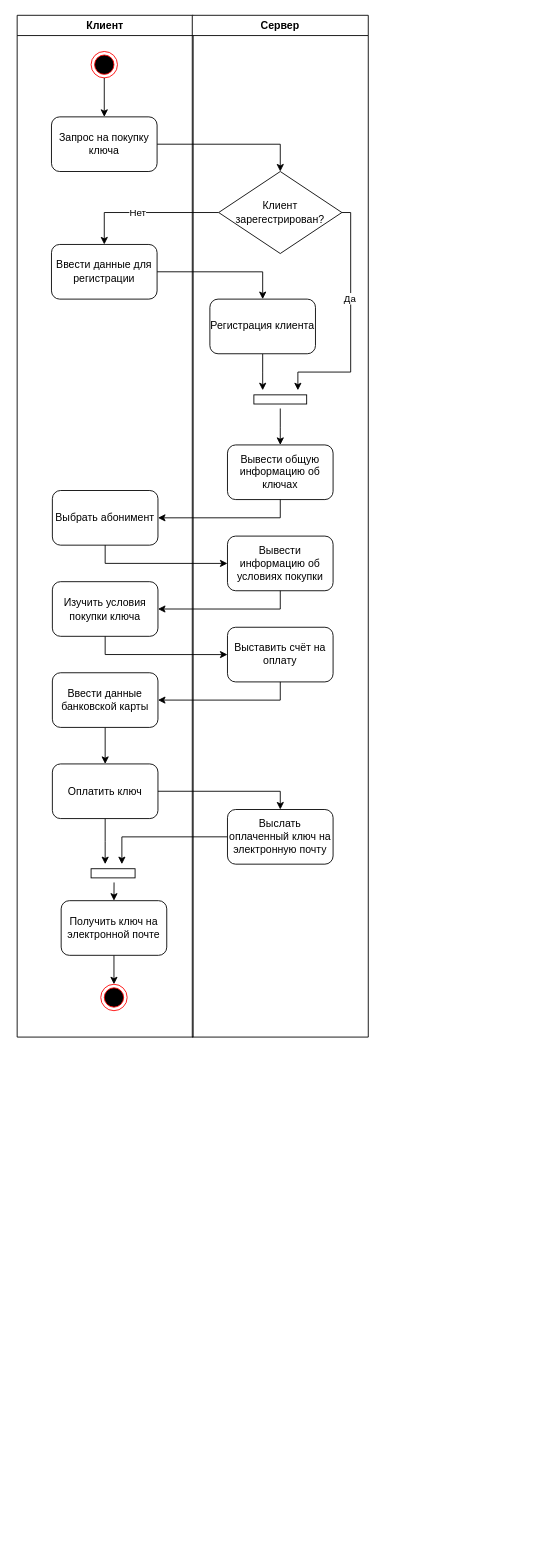
Earlier version of the draw.io diagram Диграммы/Диаграмма деятельности (1.0).drawio (Demedra21/Project). Source tidied: cells renumbered, new cells numbered last; positions are measured from the earlier drawing's top-left corner, leaving out a move shared by most shapes. Both pictures are drawn from the tidied source at 88%, with x=0, y=0 at pixel (16, 15).
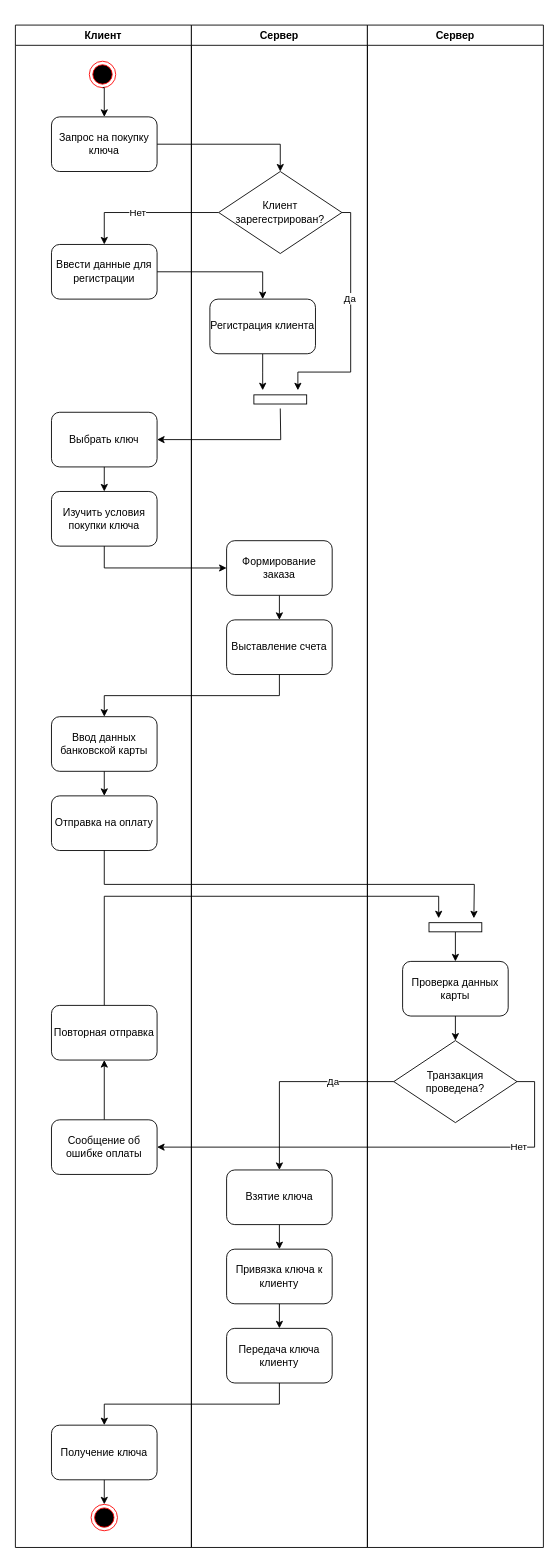
Above is the later version.

What changed in the source:
```diff
@@
-    <mxCell id="2" style="group;" parent="1" vertex="1">
-      <mxGeometry y="31" width="400" height="1160" as="geometry" />
-    </mxCell>
-    <mxCell id="3" value="Клиент" style="swimlane;" parent="2" vertex="1">
-      <mxGeometry x="1" y="-31.1" width="200" height="1161.1" as="geometry" />
+    <mxCell id="3" value="Клиент" style="swimlane;" parent="1" vertex="1">
+      <mxGeometry x="-1" y="11" width="200" height="1730" as="geometry" />
     </mxCell>
-    <mxCell id="4" value="Выбрать абонимент" style="rounded=1;whiteSpace=wrap;html=1;" parent="3" vertex="1">
-      <mxGeometry x="40" y="540" width="120" height="62.1" as="geometry" />
-    </mxCell>
+    <mxCell id="14" style="ellipse;html=1;shape=endState;fillColor=#000000;strokeColor=#ff0000;" parent="3" vertex="1">
+      <mxGeometry x="84" y="41.1" width="30" height="30" as="geometry" />
+    </mxCell>
+    <mxCell id="42" style="edgeStyle=orthogonalEdgeStyle;rounded=0;jettySize=auto;html=1;exitX=0.5;exitY=0;exitDx=0;exitDy=0;entryX=0.5;entryY=1;entryDx=0;entryDy=0;" parent="3" edge="1" source="43" target="45">
+      <mxGeometry relative="1" as="geometry" />
+    </mxCell>
+    <mxCell id="43" value="Сообщение об ошибке оплаты" style="rounded=1;whiteSpace=wrap;html=1;" parent="3" vertex="1">
+      <mxGeometry x="41" y="1244" width="120" height="62.1" as="geometry" />
+    </mxCell>
+    <mxCell id="44" style="edgeStyle=orthogonalEdgeStyle;rounded=0;jettySize=auto;html=1;exitX=0.5;exitY=0;exitDx=0;exitDy=0;" parent="3" edge="1" source="45">
+      <mxGeometry relative="1" as="geometry">
+        <mxPoint x="481" y="1015" as="targetPoint" />
+        <Array as="points">
+          <mxPoint x="101" y="990" />
+          <mxPoint x="481" y="990" />
+        </Array>
+      </mxGeometry>
+    </mxCell>
+    <mxCell id="45" value="Повторная отправка" style="rounded=1;whiteSpace=wrap;html=1;" parent="3" vertex="1">
+      <mxGeometry x="41" y="1114" width="120" height="62.1" as="geometry" />
+    </mxCell>
+    <mxCell id="16" value="Сервер" style="swimlane;" parent="1" vertex="1">
+      <mxGeometry x="199" y="11" width="200" height="1730" as="geometry" />
+    </mxCell>
+    <mxCell id="46" style="edgeStyle=orthogonalEdgeStyle;rounded=0;jettySize=auto;html=1;exitX=0.5;exitY=1;exitDx=0;exitDy=0;entryX=0.5;entryY=0;entryDx=0;entryDy=0;" parent="16" edge="1" source="21" target="56">
+      <mxGeometry relative="1" as="geometry" />
+    </mxCell>
+    <mxCell id="47" style="edgeStyle=orthogonalEdgeStyle;rounded=0;jettySize=auto;html=1;exitX=0.5;exitY=1;exitDx=0;exitDy=0;entryX=0.5;entryY=0;entryDx=0;entryDy=0;" parent="16" edge="1" source="48" target="49">
+      <mxGeometry relative="1" as="geometry" />
+    </mxCell>
+    <mxCell id="48" value="Получение ключа" style="rounded=1;whiteSpace=wrap;html=1;" parent="16" vertex="1">
+      <mxGeometry x="-159" y="1591" width="120" height="62.1" as="geometry" />
+    </mxCell>
+    <mxCell id="49" style="ellipse;html=1;shape=endState;fillColor=#000000;strokeColor=#ff0000;" parent="16" vertex="1">
+      <mxGeometry x="-114" y="1681" width="30" height="30" as="geometry" />
+    </mxCell>
+    <mxCell id="50" style="edgeStyle=orthogonalEdgeStyle;rounded=0;jettySize=auto;html=1;exitX=0.5;exitY=1;exitDx=0;exitDy=0;entryX=0.5;entryY=0;entryDx=0;entryDy=0;" parent="16" edge="1" source="51" target="53">
+      <mxGeometry relative="1" as="geometry" />
+    </mxCell>
+    <mxCell id="51" value="Взятие ключа" style="rounded=1;whiteSpace=wrap;html=1;" parent="16" vertex="1">
+      <mxGeometry x="40" y="1301" width="120" height="62.1" as="geometry" />
+    </mxCell>
+    <mxCell id="52" style="edgeStyle=orthogonalEdgeStyle;rounded=0;jettySize=auto;html=1;exitX=0.5;exitY=1;exitDx=0;exitDy=0;entryX=0.5;entryY=0;entryDx=0;entryDy=0;" parent="16" edge="1" source="53" target="54">
+      <mxGeometry relative="1" as="geometry" />
+    </mxCell>
+    <mxCell id="53" value="Привязка ключа к клиенту" style="rounded=1;whiteSpace=wrap;html=1;" parent="16" vertex="1">
+      <mxGeometry x="40" y="1391" width="120" height="62.1" as="geometry" />
+    </mxCell>
+    <mxCell id="54" value="Передача ключа клиенту" style="rounded=1;whiteSpace=wrap;html=1;" parent="16" vertex="1">
+      <mxGeometry x="40" y="1481" width="120" height="62.1" as="geometry" />
+    </mxCell>
+    <mxCell id="55" style="edgeStyle=orthogonalEdgeStyle;rounded=0;jettySize=auto;html=1;exitX=0.5;exitY=1;exitDx=0;exitDy=0;entryX=0.5;entryY=0;entryDx=0;entryDy=0;" parent="16" edge="1" source="54" target="48">
+      <mxGeometry relative="1" as="geometry" />
+    </mxCell>
-    <mxCell id="5" value="Изучить условия покупки ключа" style="rounded=1;whiteSpace=wrap;html=1;" parent="3" vertex="1">
-      <mxGeometry x="40" y="643.6" width="120" height="62.1" as="geometry" />
+    <mxCell id="5" value="Изучить условия покупки ключа" style="rounded=1;whiteSpace=wrap;html=1;" parent="16" vertex="1">
+      <mxGeometry x="-159" y="530" width="120" height="62.1" as="geometry" />
     </mxCell>
-    <mxCell id="6" style="edgeStyle=orthogonalEdgeStyle;rounded=0;jettySize=auto;html=1;exitX=0.5;exitY=1;exitDx=0;exitDy=0;entryX=0.5;entryY=0;entryDx=0;entryDy=0;" parent="3" edge="1" source="7" target="9">
-      <mxGeometry relative="1" as="geometry" />
-    </mxCell>
-    <mxCell id="7" value="Ввести данные банковской карты" style="rounded=1;whiteSpace=wrap;html=1;" parent="3" vertex="1">
-      <mxGeometry x="40" y="747.1" width="120" height="62.1" as="geometry" />
-    </mxCell>
-    <mxCell id="8" style="edgeStyle=orthogonalEdgeStyle;rounded=0;jettySize=auto;html=1;exitX=0.5;exitY=1;exitDx=0;exitDy=0;" parent="3" edge="1" source="9">
-      <mxGeometry relative="1" as="geometry">
-        <mxPoint x="100" y="964.6" as="targetPoint" />
-      </mxGeometry>
-    </mxCell>
-    <mxCell id="9" value="Оплатить ключ" style="rounded=1;whiteSpace=wrap;html=1;" parent="3" vertex="1">
-      <mxGeometry x="40" y="850.7" width="120" height="62.1" as="geometry" />
-    </mxCell>
-    <mxCell id="10" style="edgeStyle=orthogonalEdgeStyle;rounded=0;jettySize=auto;html=1;exitX=0.5;exitY=0;exitDx=0;exitDy=0;startArrow=classic;startFill=1;endArrow=none;endFill=0;" parent="3" edge="1" source="12">
-      <mxGeometry relative="1" as="geometry">
-        <mxPoint x="110.1" y="985.4" as="targetPoint" />
-      </mxGeometry>
-    </mxCell>
-    <mxCell id="11" style="edgeStyle=orthogonalEdgeStyle;rounded=0;jettySize=auto;html=1;exitX=0.5;exitY=1;exitDx=0;exitDy=0;entryX=0.5;entryY=0;entryDx=0;entryDy=0;" parent="3" edge="1" source="12" target="15">
-      <mxGeometry relative="1" as="geometry" />
-    </mxCell>
-    <mxCell id="12" value="Получить ключ на электронной почте" style="rounded=1;whiteSpace=wrap;html=1;" parent="3" vertex="1">
-      <mxGeometry x="50" y="1006.1" width="120" height="62.1" as="geometry" />
-    </mxCell>
-    <mxCell id="13" style="whiteSpace=wrap;html=1;fillColor=light-dark(#FFFFFF,#FFFFFF);strokeColor=light-dark(#000000,#000000);" parent="3" vertex="1">
-      <mxGeometry x="84" y="969.8" width="50" height="10.4" as="geometry" />
-    </mxCell>
-    <mxCell id="14" style="ellipse;html=1;shape=endState;fillColor=#000000;strokeColor=#ff0000;" parent="3" vertex="1">
-      <mxGeometry x="84" y="41.1" width="30" height="30" as="geometry" />
-    </mxCell>
-    <mxCell id="15" style="ellipse;html=1;shape=endState;fillColor=#000000;strokeColor=#ff0000;" parent="3" vertex="1">
-      <mxGeometry x="95" y="1101.1" width="30" height="30" as="geometry" />
-    </mxCell>
-    <mxCell id="16" value="Сервер" style="swimlane;" parent="2" vertex="1">
-      <mxGeometry x="200" y="-31.1" width="200" height="1161.1" as="geometry" />
-    </mxCell>
-    <mxCell id="17" style="edgeStyle=orthogonalEdgeStyle;rounded=0;jettySize=auto;html=1;exitX=0.5;exitY=0;exitDx=0;exitDy=0;startArrow=classic;startFill=1;endArrow=none;endFill=0;" parent="16" edge="1" source="18">
-      <mxGeometry relative="1" as="geometry">
-        <mxPoint x="100" y="446.8" as="targetPoint" />
-      </mxGeometry>
-    </mxCell>
-    <mxCell id="18" value="Вывести общую информацию об ключах" style="rounded=1;whiteSpace=wrap;html=1;" parent="16" vertex="1">
-      <mxGeometry x="40" y="488.2" width="120" height="62.1" as="geometry" />
-    </mxCell>
-    <mxCell id="19" style="whiteSpace=wrap;html=1;fillColor=light-dark(#FFFFFF,#FFFFFF);strokeColor=light-dark(#000000,#000000);" parent="16" vertex="1">
-      <mxGeometry x="70" y="431.3" width="60" height="10.4" as="geometry" />
-    </mxCell>
-    <mxCell id="20" value="Вывести информацию об условиях покупки" style="rounded=1;whiteSpace=wrap;html=1;" parent="16" vertex="1">
-      <mxGeometry x="40" y="591.8" width="120" height="62.1" as="geometry" />
-    </mxCell>
+    <mxCell id="38" style="edgeStyle=orthogonalEdgeStyle;rounded=0;jettySize=auto;html=1;exitX=0.5;exitY=1;exitDx=0;exitDy=0;entryX=0;entryY=0.5;entryDx=0;entryDy=0;" parent="16" edge="1" source="5" target="21">
+      <mxGeometry relative="1" as="geometry" />
+    </mxCell>
-    <mxCell id="21" value="Выставить счёт на оплату" style="rounded=1;whiteSpace=wrap;html=1;" parent="16" vertex="1">
-      <mxGeometry x="40" y="695.4" width="120" height="62.1" as="geometry" />
+    <mxCell id="21" value="Формирование заказа" style="rounded=1;whiteSpace=wrap;html=1;" parent="16" vertex="1">
+      <mxGeometry x="40" y="585.9" width="120" height="62.1" as="geometry" />
     </mxCell>
-    <mxCell id="22" style="edgeStyle=orthogonalEdgeStyle;rounded=0;jettySize=auto;html=1;exitX=0;exitY=0.5;exitDx=0;exitDy=0;" parent="16" edge="1" source="23">
-      <mxGeometry relative="1" as="geometry">
-        <mxPoint x="-80" y="964.6" as="targetPoint" />
-        <Array as="points">
-          <mxPoint x="-80" y="933.6" />
-        </Array>
-      </mxGeometry>
-    </mxCell>
-    <mxCell id="23" value="Выслать оплаченный ключ на электронную почту" style="rounded=1;whiteSpace=wrap;html=1;" parent="16" vertex="1">
-      <mxGeometry x="40" y="902.5" width="120" height="62.1" as="geometry" />
-    </mxCell>
+    <mxCell id="56" value="Выставление счета" style="rounded=1;whiteSpace=wrap;html=1;" parent="16" vertex="1">
+      <mxGeometry x="40" y="675.9" width="120" height="62.1" as="geometry" />
+    </mxCell>
+    <mxCell id="57" value="Ввод данных банковской карты" style="rounded=1;whiteSpace=wrap;html=1;" parent="16" vertex="1">
+      <mxGeometry x="-159" y="785.9" width="120" height="62.1" as="geometry" />
+    </mxCell>
+    <mxCell id="58" style="edgeStyle=orthogonalEdgeStyle;rounded=0;jettySize=auto;html=1;exitX=0.5;exitY=1;exitDx=0;exitDy=0;entryX=0.5;entryY=0;entryDx=0;entryDy=0;" parent="16" edge="1" source="56" target="57">
+      <mxGeometry relative="1" as="geometry" />
+    </mxCell>
+    <mxCell id="59" value="Отправка на оплату" style="rounded=1;whiteSpace=wrap;html=1;" parent="16" vertex="1">
+      <mxGeometry x="-159" y="875.9" width="120" height="62.1" as="geometry" />
+    </mxCell>
+    <mxCell id="60" style="edgeStyle=orthogonalEdgeStyle;rounded=0;jettySize=auto;html=1;exitX=0.5;exitY=1;exitDx=0;exitDy=0;entryX=0.5;entryY=0;entryDx=0;entryDy=0;" parent="16" edge="1" source="57" target="59">
+      <mxGeometry relative="1" as="geometry" />
+    </mxCell>
-    <mxCell id="24" style="edgeStyle=orthogonalEdgeStyle;rounded=0;jettySize=auto;html=1;exitX=1;exitY=0.5;exitDx=0;exitDy=0;entryX=0.5;entryY=0;entryDx=0;entryDy=0;" parent="2" edge="1" source="33" target="30">
+    <mxCell id="24" style="edgeStyle=orthogonalEdgeStyle;rounded=0;jettySize=auto;html=1;exitX=1;exitY=0.5;exitDx=0;exitDy=0;entryX=0.5;entryY=0;entryDx=0;entryDy=0;" parent="1" edge="1" source="33" target="30">
       <mxGeometry relative="1" as="geometry" />
     </mxCell>
-    <mxCell id="25" style="edgeStyle=orthogonalEdgeStyle;rounded=0;jettySize=auto;html=1;exitX=0;exitY=0.5;exitDx=0;exitDy=0;entryX=0.5;entryY=0;entryDx=0;entryDy=0;" parent="2" edge="1" source="30" target="34">
+    <mxCell id="25" style="edgeStyle=orthogonalEdgeStyle;rounded=0;jettySize=auto;html=1;exitX=0;exitY=0.5;exitDx=0;exitDy=0;entryX=0.5;entryY=0;entryDx=0;entryDy=0;" parent="1" edge="1" source="30" target="34">
       <mxGeometry relative="1" as="geometry" />
     </mxCell>
@@
-    <mxCell id="27" style="edgeStyle=orthogonalEdgeStyle;rounded=0;jettySize=auto;html=1;exitX=1;exitY=0.5;exitDx=0;exitDy=0;entryX=0.5;entryY=0;entryDx=0;entryDy=0;" parent="2" edge="1" source="34" target="32">
+    <mxCell id="27" style="edgeStyle=orthogonalEdgeStyle;rounded=0;jettySize=auto;html=1;exitX=1;exitY=0.5;exitDx=0;exitDy=0;entryX=0.5;entryY=0;entryDx=0;entryDy=0;" parent="1" edge="1" source="34" target="32">
       <mxGeometry relative="1" as="geometry" />
     </mxCell>
-    <mxCell id="28" style="edgeStyle=orthogonalEdgeStyle;rounded=0;jettySize=auto;html=1;exitX=1;exitY=0.5;exitDx=0;exitDy=0;" parent="2" edge="1" source="30">
+    <mxCell id="28" style="edgeStyle=orthogonalEdgeStyle;rounded=0;jettySize=auto;html=1;exitX=1;exitY=0.5;exitDx=0;exitDy=0;" parent="1" edge="1" source="30">
       <mxGeometry relative="1" as="geometry">
-        <mxPoint x="320" y="395" as="targetPoint" />
+        <mxPoint x="320" y="426" as="targetPoint" />
         <Array as="points">
-          <mxPoint x="380" y="193" />
-          <mxPoint x="380" y="374.3" />
-          <mxPoint x="320" y="374.3" />
+          <mxPoint x="380" y="224" />
+          <mxPoint x="380" y="405.3" />
+          <mxPoint x="320" y="405.3" />
         </Array>
       </mxGeometry>
     </mxCell>
@@
-    <mxCell id="30" value="Клиент зарегестрирован?" style="rhombus;whiteSpace=wrap;html=1;" parent="2" vertex="1">
-      <mxGeometry x="230" y="146.4" width="140" height="93.2" as="geometry" />
+    <mxCell id="30" value="Клиент зарегестрирован?" style="rhombus;whiteSpace=wrap;html=1;" parent="1" vertex="1">
+      <mxGeometry x="230" y="177.4" width="140" height="93.2" as="geometry" />
     </mxCell>
-    <mxCell id="31" style="edgeStyle=orthogonalEdgeStyle;rounded=0;jettySize=auto;html=1;exitX=0.5;exitY=1;exitDx=0;exitDy=0;" parent="2" edge="1" source="32">
+    <mxCell id="31" style="edgeStyle=orthogonalEdgeStyle;rounded=0;jettySize=auto;html=1;exitX=0.5;exitY=1;exitDx=0;exitDy=0;" parent="1" edge="1" source="32">
       <mxGeometry relative="1" as="geometry">
-        <mxPoint x="280" y="395" as="targetPoint" />
+        <mxPoint x="280" y="426" as="targetPoint" />
       </mxGeometry>
     </mxCell>
-    <mxCell id="32" value="Регистрация клиента" style="rounded=1;whiteSpace=wrap;html=1;" parent="2" vertex="1">
-      <mxGeometry x="220" y="291.4" width="120" height="62.1" as="geometry" />
+    <mxCell id="32" value="Регистрация клиента" style="rounded=1;whiteSpace=wrap;html=1;" parent="1" vertex="1">
+      <mxGeometry x="220" y="322.4" width="120" height="62.1" as="geometry" />
     </mxCell>
-    <mxCell id="33" value="Запрос на покупку ключа" style="rounded=1;whiteSpace=wrap;html=1;" parent="2" vertex="1">
-      <mxGeometry x="40" y="84.3" width="120" height="62.1" as="geometry" />
+    <mxCell id="33" value="Запрос на покупку ключа" style="rounded=1;whiteSpace=wrap;html=1;" parent="1" vertex="1">
+      <mxGeometry x="40" y="115.3" width="120" height="62.1" as="geometry" />
     </mxCell>
-    <mxCell id="34" value="Ввести данные для регистрации" style="rounded=1;whiteSpace=wrap;html=1;" parent="2" vertex="1">
-      <mxGeometry x="40" y="229.3" width="120" height="62.1" as="geometry" />
+    <mxCell id="34" value="Ввести данные для регистрации" style="rounded=1;whiteSpace=wrap;html=1;" parent="1" vertex="1">
+      <mxGeometry x="40" y="260.3" width="120" height="62.1" as="geometry" />
     </mxCell>
-    <mxCell id="35" style="edgeStyle=orthogonalEdgeStyle;rounded=0;jettySize=auto;html=1;exitX=0.5;exitY=1;exitDx=0;exitDy=0;entryX=1;entryY=0.5;entryDx=0;entryDy=0;" parent="2" edge="1" source="18" target="4">
-      <mxGeometry relative="1" as="geometry" />
-    </mxCell>
+    <mxCell id="41" style="edgeStyle=orthogonalEdgeStyle;rounded=0;jettySize=auto;html=1;exitX=0.5;exitY=1;exitDx=0;exitDy=0;entryX=0.5;entryY=0;entryDx=0;entryDy=0;" parent="1" edge="1" source="14" target="33">
+      <mxGeometry relative="1" as="geometry" />
+    </mxCell>
+    <mxCell id="61" value="Сервер" style="swimlane;" parent="1" vertex="1">
+      <mxGeometry x="399" y="11" width="200" height="1730" as="geometry" />
+    </mxCell>
+    <mxCell id="62" style="edgeStyle=orthogonalEdgeStyle;rounded=0;jettySize=auto;html=1;exitX=0.5;exitY=1;exitDx=0;exitDy=0;entryX=0.5;entryY=0;entryDx=0;entryDy=0;" parent="61" edge="1" source="63" target="64">
+      <mxGeometry relative="1" as="geometry" />
+    </mxCell>
+    <mxCell id="63" value="Проверка данных карты" style="rounded=1;whiteSpace=wrap;html=1;" parent="61" vertex="1">
+      <mxGeometry x="40" y="1064" width="120" height="62.1" as="geometry" />
+    </mxCell>
+    <mxCell id="64" value="Транзакция&lt;div&gt;проведена?&lt;/div&gt;" style="rhombus;whiteSpace=wrap;html=1;" parent="61" vertex="1">
+      <mxGeometry x="30" y="1154" width="140" height="93.2" as="geometry" />
+    </mxCell>
+    <mxCell id="65" style="edgeStyle=orthogonalEdgeStyle;rounded=0;jettySize=auto;html=1;exitX=0.5;exitY=1;exitDx=0;exitDy=0;entryX=0.5;entryY=0;entryDx=0;entryDy=0;" parent="61" edge="1" source="66" target="63">
+      <mxGeometry relative="1" as="geometry" />
+    </mxCell>
+    <mxCell id="66" style="whiteSpace=wrap;html=1;fillColor=light-dark(#FFFFFF,#FFFFFF);strokeColor=light-dark(#000000,#000000);" parent="61" vertex="1">
+      <mxGeometry x="70" y="1020" width="60" height="10.4" as="geometry" />
+    </mxCell>
+    <mxCell id="17" style="edgeStyle=orthogonalEdgeStyle;rounded=0;jettySize=auto;html=1;exitX=1;exitY=0.5;exitDx=0;exitDy=0;startArrow=classic;startFill=1;endArrow=none;endFill=0;" parent="1" edge="1" source="4">
+      <mxGeometry relative="1" as="geometry">
+        <mxPoint x="300" y="446.7" as="targetPoint" />
+      </mxGeometry>
+    </mxCell>
+    <mxCell id="19" style="whiteSpace=wrap;html=1;fillColor=light-dark(#FFFFFF,#FFFFFF);strokeColor=light-dark(#000000,#000000);" parent="1" vertex="1">
+      <mxGeometry x="270" y="431.2" width="60" height="10.4" as="geometry" />
+    </mxCell>
+    <mxCell id="4" value="Выбрать ключ" style="rounded=1;whiteSpace=wrap;html=1;" parent="1" vertex="1">
+      <mxGeometry x="40" y="451" width="120" height="62.1" as="geometry" />
+    </mxCell>
-    <mxCell id="36" style="edgeStyle=orthogonalEdgeStyle;rounded=0;jettySize=auto;html=1;exitX=0.5;exitY=1;exitDx=0;exitDy=0;entryX=0;entryY=0.5;entryDx=0;entryDy=0;" parent="2" edge="1" source="4" target="20">
+    <mxCell id="36" style="edgeStyle=orthogonalEdgeStyle;rounded=0;jettySize=auto;html=1;exitX=0.5;exitY=1;exitDx=0;exitDy=0;entryX=0.5;entryY=0;entryDx=0;entryDy=0;" parent="1" edge="1" source="4" target="5">
       <mxGeometry relative="1" as="geometry" />
     </mxCell>
-    <mxCell id="37" style="edgeStyle=orthogonalEdgeStyle;rounded=0;jettySize=auto;html=1;exitX=0.5;exitY=1;exitDx=0;exitDy=0;entryX=1;entryY=0.5;entryDx=0;entryDy=0;" parent="2" edge="1" source="20" target="5">
-      <mxGeometry relative="1" as="geometry" />
-    </mxCell>
-    <mxCell id="38" style="edgeStyle=orthogonalEdgeStyle;rounded=0;jettySize=auto;html=1;exitX=0.5;exitY=1;exitDx=0;exitDy=0;entryX=0;entryY=0.5;entryDx=0;entryDy=0;" parent="2" edge="1" source="5" target="21">
-      <mxGeometry relative="1" as="geometry" />
-    </mxCell>
-    <mxCell id="39" style="edgeStyle=orthogonalEdgeStyle;rounded=0;jettySize=auto;html=1;exitX=0.5;exitY=1;exitDx=0;exitDy=0;entryX=1;entryY=0.5;entryDx=0;entryDy=0;" parent="2" edge="1" source="21" target="7">
-      <mxGeometry relative="1" as="geometry" />
-    </mxCell>
-    <mxCell id="40" style="edgeStyle=orthogonalEdgeStyle;rounded=0;jettySize=auto;html=1;exitX=1;exitY=0.5;exitDx=0;exitDy=0;entryX=0.5;entryY=0;entryDx=0;entryDy=0;" parent="2" edge="1" source="9" target="23">
-      <mxGeometry relative="1" as="geometry" />
-    </mxCell>
-    <mxCell id="41" style="edgeStyle=orthogonalEdgeStyle;rounded=0;jettySize=auto;html=1;exitX=0.5;exitY=1;exitDx=0;exitDy=0;entryX=0.5;entryY=0;entryDx=0;entryDy=0;" parent="2" edge="1" source="14" target="33">
-      <mxGeometry relative="1" as="geometry" />
-    </mxCell>
+    <mxCell id="67" style="edgeStyle=orthogonalEdgeStyle;rounded=0;jettySize=auto;html=1;exitX=0.5;exitY=1;exitDx=0;exitDy=0;" parent="1" edge="1" source="59">
+      <mxGeometry relative="1" as="geometry">
+        <mxPoint x="520" y="1026" as="targetPoint" />
+      </mxGeometry>
+    </mxCell>
+    <mxCell id="68" style="edgeStyle=orthogonalEdgeStyle;rounded=0;jettySize=auto;html=1;exitX=0;exitY=0.5;exitDx=0;exitDy=0;entryX=0.5;entryY=0;entryDx=0;entryDy=0;" parent="1" edge="1" source="64" target="51">
+      <mxGeometry relative="1" as="geometry">
+        <Array as="points">
+          <mxPoint x="299" y="1212" />
+        </Array>
+      </mxGeometry>
+    </mxCell>
+    <mxCell id="69" value="Да" style="edgeLabel;html=1;align=center;verticalAlign=middle;" parent="68" vertex="1">
+      <mxGeometry x="-0.13" y="-1" relative="1" as="geometry">
+        <mxPoint x="30" y="1" as="offset" />
+      </mxGeometry>
+    </mxCell>
+    <mxCell id="70" style="edgeStyle=orthogonalEdgeStyle;rounded=0;jettySize=auto;html=1;exitX=1;exitY=0.5;exitDx=0;exitDy=0;entryX=1;entryY=0.5;entryDx=0;entryDy=0;" parent="1" edge="1" source="64" target="43">
+      <mxGeometry relative="1" as="geometry" />
+    </mxCell>
+    <mxCell id="71" value="Нет" style="edgeLabel;html=1;align=center;verticalAlign=middle;" parent="70" vertex="1">
+      <mxGeometry x="-0.95" y="1" relative="1" as="geometry">
+        <mxPoint x="-12" y="75" as="offset" />
+      </mxGeometry>
+    </mxCell>
```
